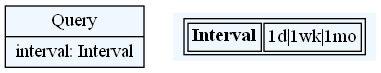
DusanStevic/textx-lang-quant keeps this Graphviz diagram as scraper/dotexport/scraper_metamodel.png. Above is the earlier version. Its source is kept beside it as scraper/dotexport/scraper_metamodel.dot.
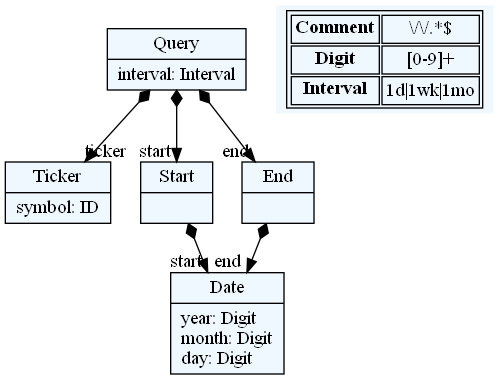
Later version of the same file.

Commit message:
scraper dsl

Change to the diagram source:
```diff
@@ -10,11 +10,30 @@
     edge[dir=black,arrowtail=empty]
 
 
-52187560[ label="{Query|interval: Interval\l}"]
+52205576[ label="{Query|interval: Interval\l}"]
+
+52197080[ label="{Ticker|symbol: ID\l}"]
+
+52215960[ label="{Start|}"]
+
+52218792[ label="{End|}"]
+
+52191416[ label="{Date|year: Digit\lmonth: Digit\lday: Digit\l}"]
 
 
 
+52205576 -> 52197080[arrowtail=diamond, dir=both, headlabel="ticker "]
+52205576 -> 52215960[arrowtail=diamond, dir=both, headlabel="start "]
+52205576 -> 52218792[arrowtail=diamond, dir=both, headlabel="end "]
+52215960 -> 52191416[arrowtail=diamond, dir=both, headlabel="start "]
+52218792 -> 52191416[arrowtail=diamond, dir=both, headlabel="end "]
 match_rules [ shape=plaintext, label=< <table>
+	<tr>
+		<td><b>Comment</b></td><td>\/\/.*$</td>
+	</tr>
+	<tr>
+		<td><b>Digit</b></td><td>[0-9]+</td>
+	</tr>
 	<tr>
 		<td><b>Interval</b></td><td>1d|1wk|1mo</td>
 	</tr>
```
